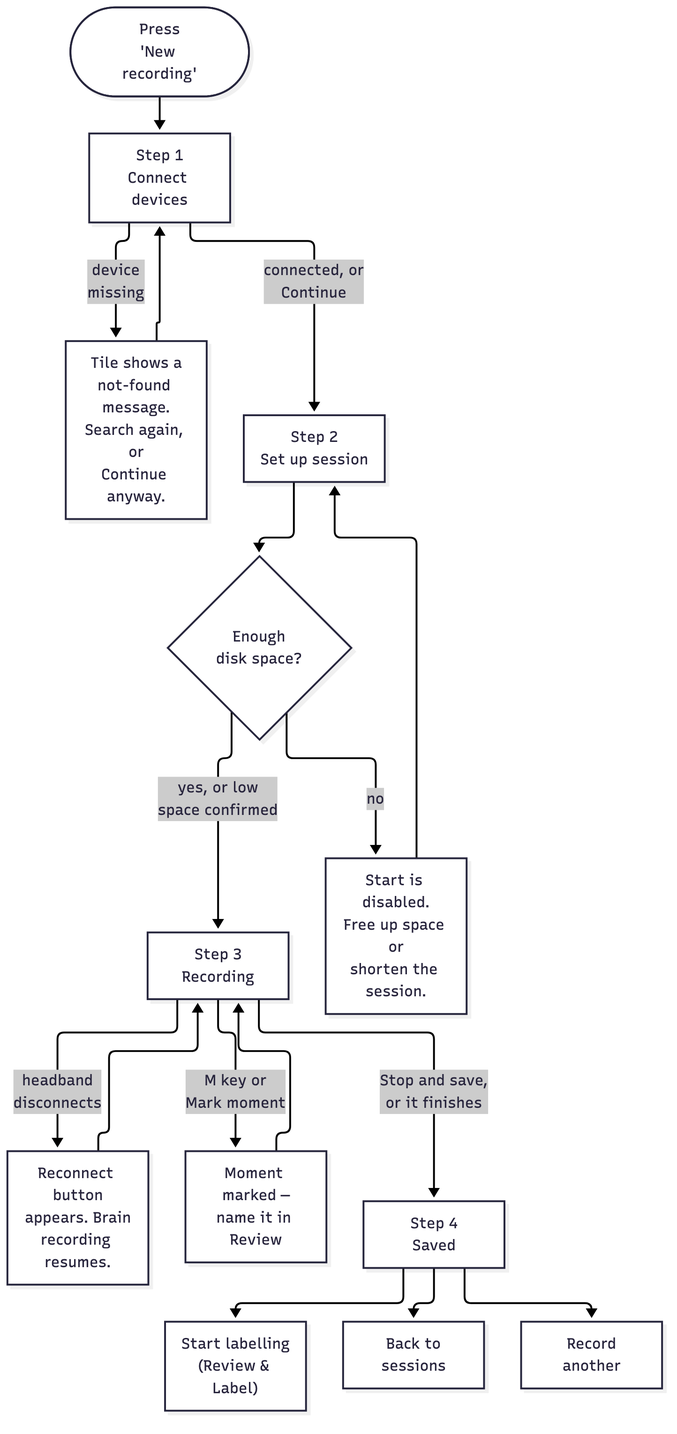
Earlier version of the Mermaid export docs/diagrams/new-recording-flow.png (mohammadabdullahkhurram/Brain-Battle-Phase-3). Its source is kept beside it as docs/diagrams/new-recording-flow.mmd. Source of this version:
```mermaid
%%{init: {'themeVariables': {'fontSize': '16px'}}}%%
flowchart TD
    Start(["Press<br/>'New recording'"]) --> Connect["Step 1<br/>Connect devices"]
    Connect -->|"device<br/>missing"| ConnectWarn["Tile shows a<br/>not-found message.<br/>Search again, or<br/>Continue anyway."]
    ConnectWarn --> Connect
    Connect -->|"connected, or<br/>Continue"| Setup["Step 2<br/>Set up session"]
    Setup --> Disk{"Enough<br/>disk space?"}
    Disk -->|"no"| DiskBlock["Start is disabled.<br/>Free up space or<br/>shorten the session."]
    DiskBlock --> Setup
    Disk -->|"yes, or low<br/>space confirmed"| Record["Step 3<br/>Recording"]
    Record -->|"headband<br/>disconnects"| Reconnect["Reconnect button<br/>appears. Brain<br/>recording resumes."]
    Reconnect --> Record
    Record -->|"M key or<br/>Mark moment"| Moment["Moment marked —<br/>name it in Review"]
    Moment --> Record
    Record -->|"Stop and save,<br/>or it finishes"| Saved["Step 4<br/>Saved"]
    Saved --> Label["Start labelling<br/>(Review &amp; Label)"]
    Saved --> Sessions["Back to<br/>sessions"]
    Saved --> Another["Record<br/>another"]
```
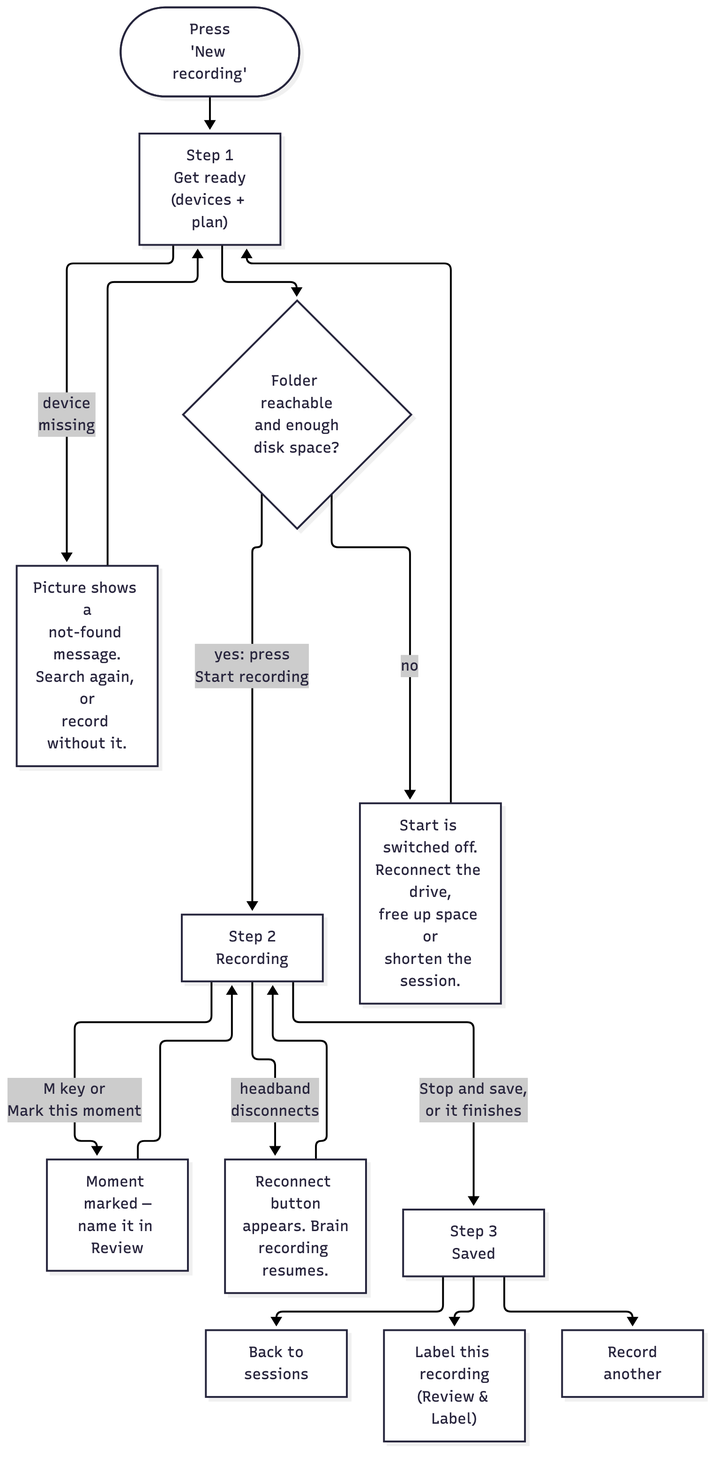
After the commit.

Diff of the diagram source:
```diff
@@ -1,18 +1,17 @@
 %%{init: {'themeVariables': {'fontSize': '16px'}}}%%
 flowchart TD
-    Start(["Press<br/>'New recording'"]) --> Connect["Step 1<br/>Connect devices"]
-    Connect -->|"device<br/>missing"| ConnectWarn["Tile shows a<br/>not-found message.<br/>Search again, or<br/>Continue anyway."]
-    ConnectWarn --> Connect
-    Connect -->|"connected, or<br/>Continue"| Setup["Step 2<br/>Set up session"]
-    Setup --> Disk{"Enough<br/>disk space?"}
-    Disk -->|"no"| DiskBlock["Start is disabled.<br/>Free up space or<br/>shorten the session."]
-    DiskBlock --> Setup
-    Disk -->|"yes, or low<br/>space confirmed"| Record["Step 3<br/>Recording"]
+    Start(["Press<br/>'New recording'"]) --> Ready["Step 1<br/>Get ready<br/>(devices + plan)"]
+    Ready -->|"device<br/>missing"| ReadyWarn["Picture shows a<br/>not-found message.<br/>Search again, or<br/>record without it."]
+    ReadyWarn --> Ready
+    Ready --> Disk{"Folder reachable<br/>and enough<br/>disk space?"}
+    Disk -->|"no"| DiskBlock["Start is switched off.<br/>Reconnect the drive,<br/>free up space or<br/>shorten the session."]
+    DiskBlock --> Ready
+    Disk -->|"yes: press<br/>Start recording"| Record["Step 2<br/>Recording"]
     Record -->|"headband<br/>disconnects"| Reconnect["Reconnect button<br/>appears. Brain<br/>recording resumes."]
     Reconnect --> Record
-    Record -->|"M key or<br/>Mark moment"| Moment["Moment marked —<br/>name it in Review"]
+    Record -->|"M key or<br/>Mark this moment"| Moment["Moment marked —<br/>name it in Review"]
     Moment --> Record
-    Record -->|"Stop and save,<br/>or it finishes"| Saved["Step 4<br/>Saved"]
-    Saved --> Label["Start labelling<br/>(Review &amp; Label)"]
+    Record -->|"Stop and save,<br/>or it finishes"| Saved["Step 3<br/>Saved"]
+    Saved --> Label["Label this recording<br/>(Review &amp; Label)"]
     Saved --> Sessions["Back to<br/>sessions"]
     Saved --> Another["Record<br/>another"]
```
